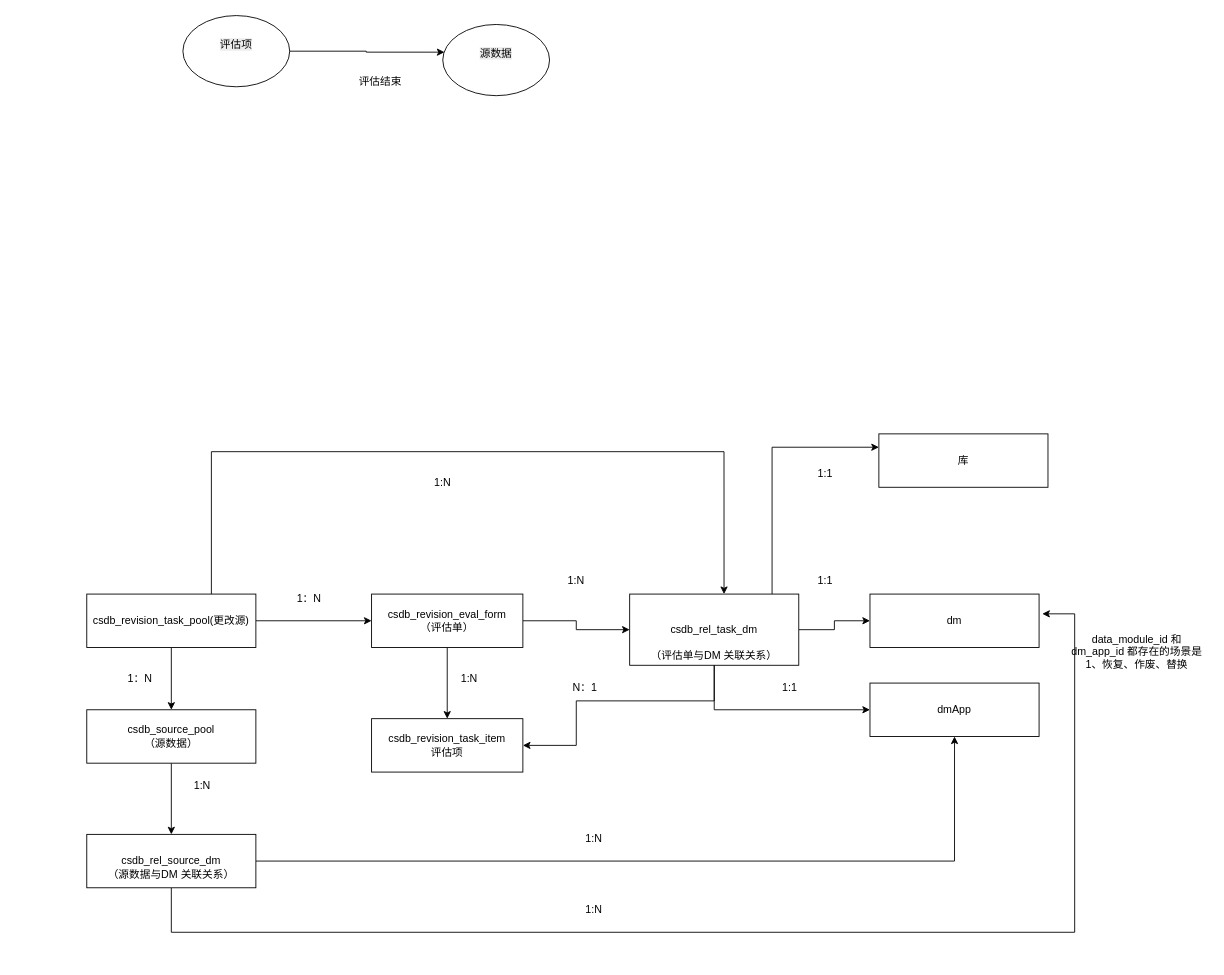
Above: csdb/工程更改.drawio in DemonHan/KuickBuy (draw.io), before the change. Source tidied: cells renumbered, new cells numbered last; positions are measured from the earlier drawing's top-left corner, leaving out a move shared by most shapes. Both pictures are drawn from the tidied source at 89%, with x=0, y=0 at pixel (86, 15).
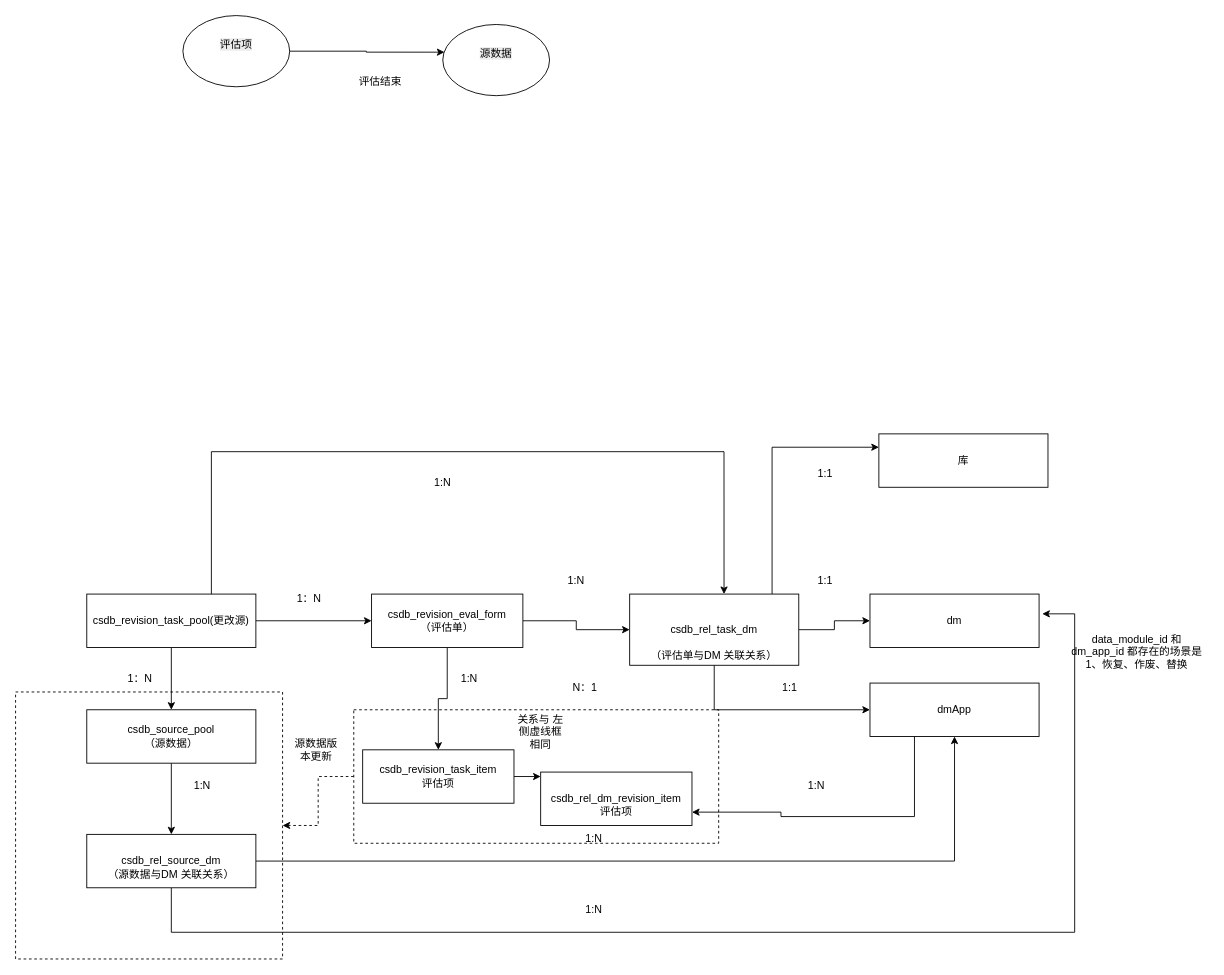
After the change.

Commit message:
更新工程更改.drawio

The change refers to these unchanged cells:
```xml
<mxCell id="15" value="&lt;br&gt;&lt;article class=&quot;4ever-article&quot;&gt;&lt;br&gt;&lt;span&gt;&lt;span style=&quot;color:&quot;&gt;csdb_rel_task_dm&lt;/span&gt;&lt;/span&gt;&lt;/article&gt;&lt;br&gt;（评估单与DM 关联关系）" style="rounded=0;whiteSpace=wrap;html=1;" parent="1" vertex="1">
  <mxGeometry x="610" y="650" width="190" height="80" as="geometry" />
</mxCell>
<mxCell id="21" value="dmApp" style="rounded=0;whiteSpace=wrap;html=1;" parent="1" vertex="1">
  <mxGeometry x="880" y="750" width="190" height="60" as="geometry" />
</mxCell>
```

Change to the diagram source:
```diff
@@
+    <mxCell id="40" style="edgeStyle=orthogonalEdgeStyle;rounded=0;jettySize=auto;html=1;dashed=1;" parent="1" edge="1" source="41" target="42">
+      <mxGeometry relative="1" as="geometry" />
+    </mxCell>
+    <mxCell id="41" style="rounded=0;whiteSpace=wrap;html=1;dashed=1;" parent="1" vertex="1">
+      <mxGeometry x="300" y="780" width="410" height="150" as="geometry" />
+    </mxCell>
+    <mxCell id="42" style="whiteSpace=wrap;html=1;dashed=1;" parent="1" vertex="1">
+      <mxGeometry x="-80" y="760" width="300" height="300" as="geometry" />
+    </mxCell>
@@
-    <mxCell id="14" style="edgeStyle=orthogonalEdgeStyle;rounded=0;jettySize=auto;html=1;entryX=1;entryY=0.5;entryDx=0;entryDy=0;" parent="1" edge="1" source="15" target="37">
-      <mxGeometry relative="1" as="geometry">
-        <Array as="points">
-          <mxPoint x="705" y="770" />
-          <mxPoint x="550" y="770" />
-          <mxPoint x="550" y="820" />
-        </Array>
-      </mxGeometry>
-    </mxCell>
@@
+    <mxCell id="43" style="edgeStyle=orthogonalEdgeStyle;rounded=0;jettySize=auto;html=1;entryX=1;entryY=0.75;entryDx=0;entryDy=0;" parent="1" edge="1" source="21" target="45">
+      <mxGeometry relative="1" as="geometry">
+        <Array as="points">
+          <mxPoint x="930" y="900" />
+          <mxPoint x="780" y="900" />
+          <mxPoint x="780" y="895" />
+        </Array>
+      </mxGeometry>
+    </mxCell>
@@
+    <mxCell id="44" style="edgeStyle=orthogonalEdgeStyle;rounded=0;jettySize=auto;html=1;" parent="1" edge="1" source="37" target="45">
+      <mxGeometry relative="1" as="geometry">
+        <Array as="points">
+          <mxPoint x="405" y="880" />
+          <mxPoint x="510" y="880" />
+          <mxPoint x="510" y="870" />
+        </Array>
+      </mxGeometry>
+    </mxCell>
     <mxCell id="37" value="csdb_revision_task_item&lt;br&gt;&lt;div&gt;评估项&lt;/div&gt;" style="rounded=0;whiteSpace=wrap;html=1;" parent="1" vertex="1">
-      <mxGeometry x="320" y="790" width="170" height="60" as="geometry" />
+      <mxGeometry x="310" y="825" width="170" height="60" as="geometry" />
     </mxCell>
@@
+    <mxCell id="45" value="&lt;article class=&quot;4ever-article&quot;&gt;&lt;br/&gt;&lt;span&gt;csdb_rel_dm_revision_item&lt;/span&gt;&lt;/article&gt;&lt;div&gt;评估项&lt;/div&gt;" style="rounded=0;whiteSpace=wrap;html=1;" parent="1" vertex="1">
+      <mxGeometry x="510" y="850" width="170" height="60" as="geometry" />
+    </mxCell>
+    <mxCell id="46" value="源数据版本更新" style="text;html=1;whiteSpace=wrap;strokeColor=none;fillColor=none;align=center;verticalAlign=middle;rounded=0;" parent="1" vertex="1">
+      <mxGeometry x="228" y="810" width="60" height="30" as="geometry" />
+    </mxCell>
+    <mxCell id="47" value="1:N" style="text;html=1;whiteSpace=wrap;strokeColor=none;fillColor=none;align=center;verticalAlign=middle;rounded=0;" parent="1" vertex="1">
+      <mxGeometry x="790" y="850" width="60" height="30" as="geometry" />
+    </mxCell>
+    <mxCell id="48" value="关系与 左侧虚线框相同" style="text;html=1;whiteSpace=wrap;strokeColor=none;fillColor=none;align=center;verticalAlign=middle;rounded=0;" parent="1" vertex="1">
+      <mxGeometry x="480" y="790" width="60" height="30" as="geometry" />
+    </mxCell>
```
